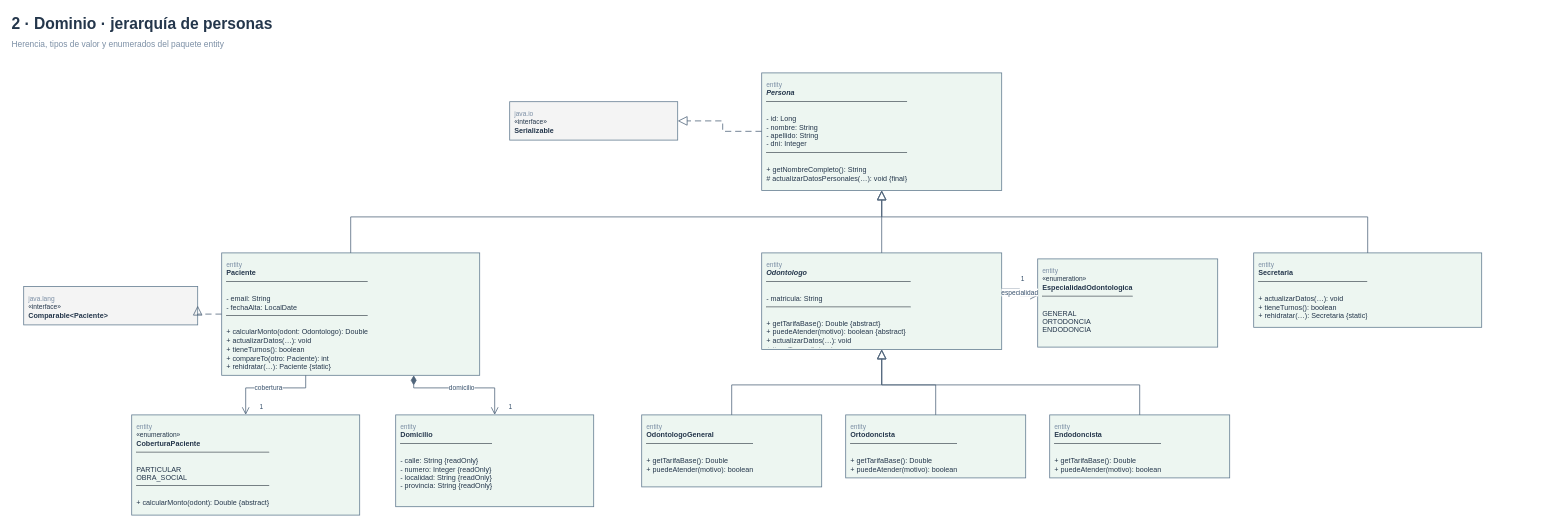
Before: page "2 · Dominio · jerarquía de personas" (2 of 12) of UML/UML_ClinicaOdontologica-GRASP-v4.drawio in bautista00/Proyecto-PDS, a draw.io diagram. Source tidied: cells renumbered, new cells numbered last; positions are measured from the earlier drawing's top-left corner, leaving out a move shared by most shapes. Both pictures are drawn from the tidied source at 60%, with x=0, y=0 at pixel (10, 10).
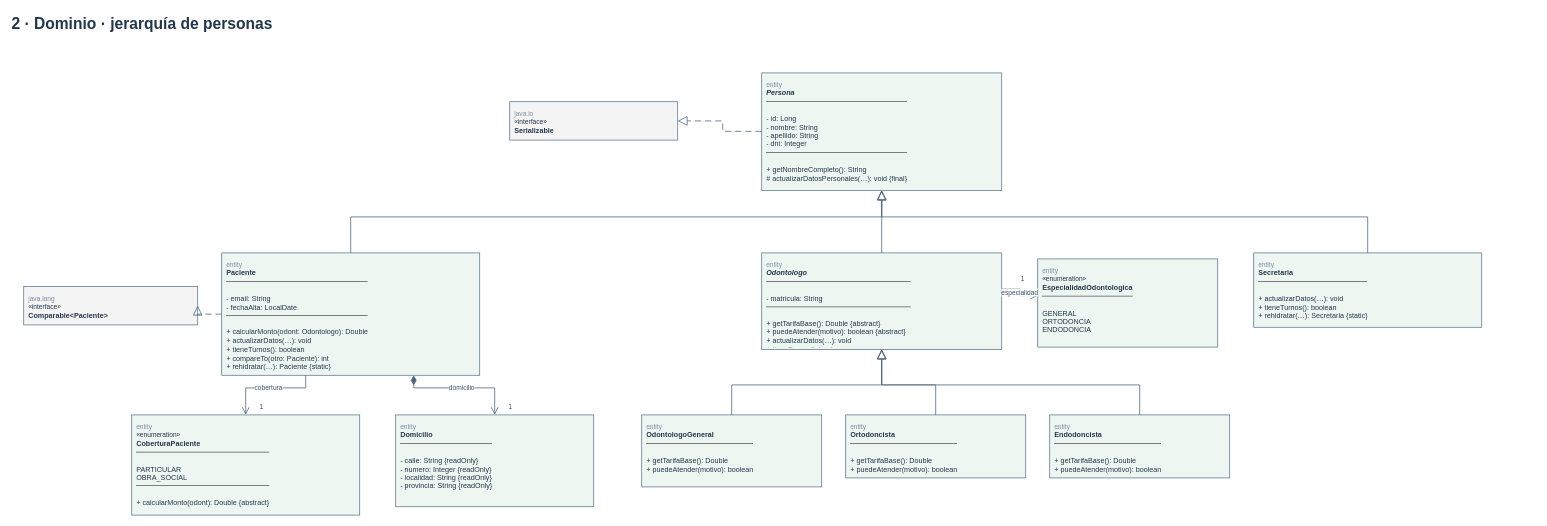
The same diagram, later.

Change to the diagram source:
```diff
@@
-    <mxCell id="2" value="&lt;b&gt;2 · Dominio · jerarquía de personas&lt;/b&gt;&lt;br&gt;&lt;font style=&quot;font-size:14px&quot; color=&quot;#7C8FA5&quot;&gt;Herencia, tipos de valor y enumerados del paquete entity&lt;/font&gt;" style="text;html=1;align=left;verticalAlign=top;fontFamily=Arial;fontSize=26;fontColor=#24364B;strokeColor=none;fillColor=none;" parent="1" vertex="1">
+    <mxCell id="2" value="&lt;b&gt;2 · Dominio · jerarquía de personas&lt;/b&gt;&lt;div&gt;&lt;br/&gt;&lt;/div&gt;" style="text;html=1;align=left;verticalAlign=top;fontFamily=Arial;fontSize=26;fontColor=#24364B;strokeColor=none;fillColor=none;" parent="1" vertex="1">
       <mxGeometry width="2544" height="58" as="geometry" />
     </mxCell>
```
